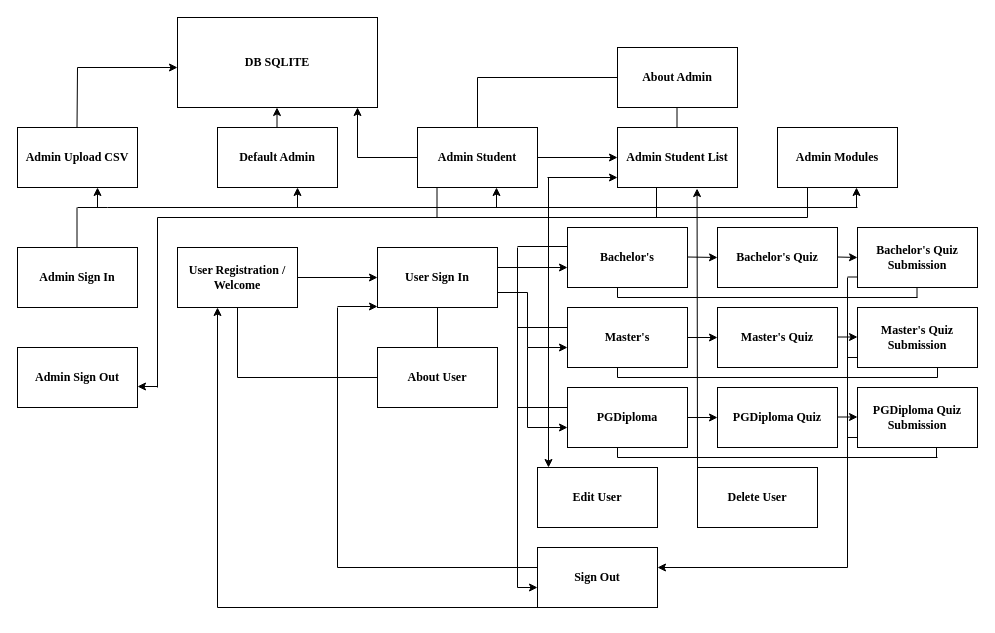
The draw.io diagram QuizzDynamoApp.drawio in x23203595/QuizzDynamo, before the edit. Source tidied: cells renumbered, new cells numbered last; positions are measured from the earlier drawing's top-left corner, leaving out a move shared by most shapes. Both pictures are drawn from the tidied source at 100%, with x=0, y=0 at pixel (17, 17).
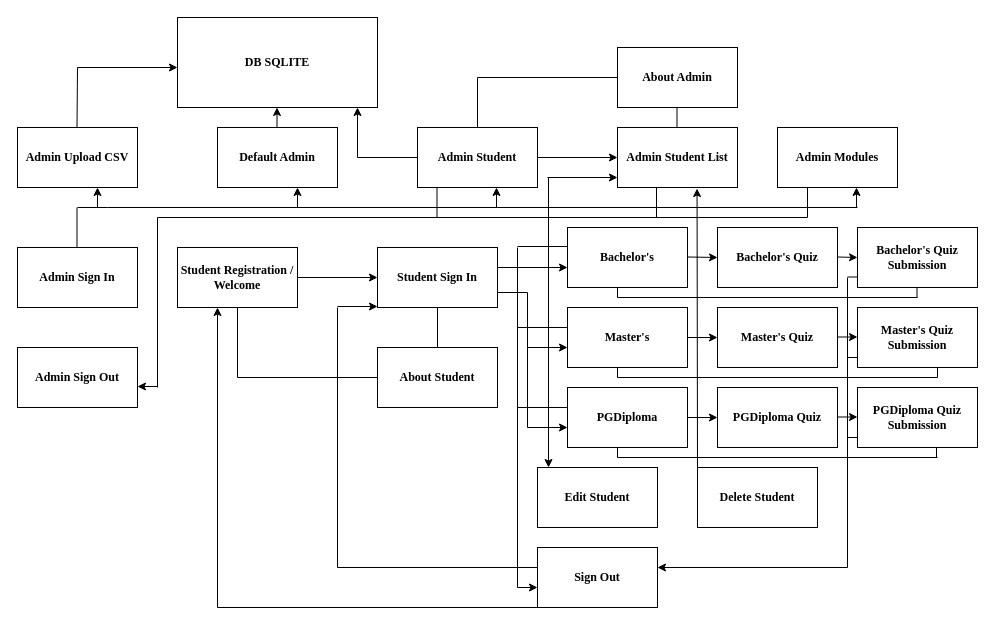
Above is the later version.

The edit, as a diff of the source:
```diff
@@
-    <mxCell id="9" value="User Registration / Welcome" style="rounded=0;whiteSpace=wrap;html=1;fontStyle=1;fontFamily=Times New Roman;" parent="1" vertex="1">
+    <mxCell id="9" value="Student Registration / Welcome" style="rounded=0;whiteSpace=wrap;html=1;fontStyle=1;fontFamily=Times New Roman;" parent="1" vertex="1">
       <mxGeometry x="160" y="230" width="120" height="60" as="geometry" />
     </mxCell>
-    <mxCell id="10" value="&lt;span&gt;User Sign In&lt;/span&gt;" style="rounded=0;whiteSpace=wrap;html=1;fontFamily=Times New Roman;fontStyle=1;" parent="1" vertex="1">
+    <mxCell id="10" value="&lt;span&gt;Student Sign In&lt;/span&gt;" style="rounded=0;whiteSpace=wrap;html=1;fontFamily=Times New Roman;fontStyle=1;" parent="1" vertex="1">
       <mxGeometry x="360" y="230" width="120" height="60" as="geometry" />
     </mxCell>
-    <mxCell id="11" value="&lt;font&gt;&lt;span&gt;About User&lt;/span&gt;&lt;/font&gt;" style="rounded=0;whiteSpace=wrap;html=1;fontFamily=Times New Roman;fontStyle=1;" parent="1" vertex="1">
+    <mxCell id="11" value="&lt;font&gt;&lt;span&gt;About Student&lt;/span&gt;&lt;/font&gt;" style="rounded=0;whiteSpace=wrap;html=1;fontFamily=Times New Roman;fontStyle=1;" parent="1" vertex="1">
       <mxGeometry x="360" y="330" width="120" height="60" as="geometry" />
     </mxCell>
@@
-    <mxCell id="25" value="&lt;span&gt;&lt;font&gt;Edit User&lt;/font&gt;&lt;/span&gt;" style="rounded=0;whiteSpace=wrap;html=1;fontStyle=1;fontFamily=Times New Roman;" parent="1" vertex="1">
+    <mxCell id="25" value="&lt;span&gt;&lt;font&gt;Edit Student&lt;/font&gt;&lt;/span&gt;" style="rounded=0;whiteSpace=wrap;html=1;fontStyle=1;fontFamily=Times New Roman;" parent="1" vertex="1">
       <mxGeometry x="520" y="450" width="120" height="60" as="geometry" />
     </mxCell>
-    <mxCell id="26" value="&lt;font&gt;&lt;span&gt;Delete User&lt;/span&gt;&lt;/font&gt;" style="rounded=0;whiteSpace=wrap;html=1;fontStyle=1;fontFamily=Times New Roman;" parent="1" vertex="1">
+    <mxCell id="26" value="&lt;font&gt;&lt;span&gt;Delete Student&lt;/span&gt;&lt;/font&gt;" style="rounded=0;whiteSpace=wrap;html=1;fontStyle=1;fontFamily=Times New Roman;" parent="1" vertex="1">
       <mxGeometry x="680" y="450" width="120" height="60" as="geometry" />
     </mxCell>
```
